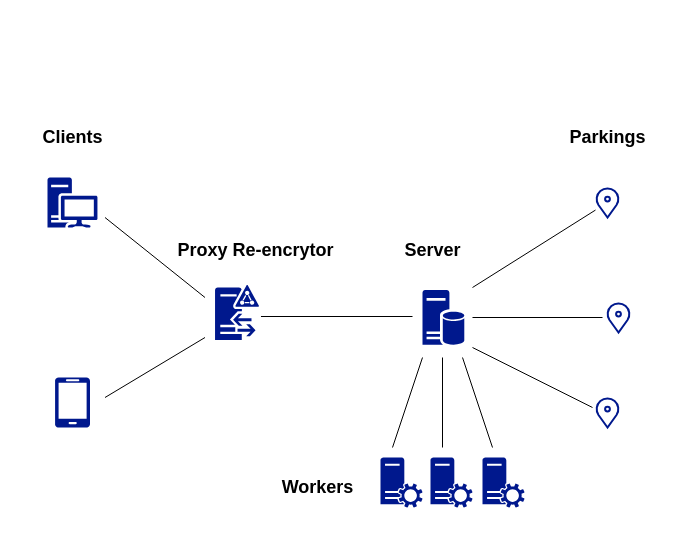
Earlier version of the draw.io diagram tesi/schemes/architecture-scheme.drawio (Diebbo/tesi-latex). Source tidied: cells renumbered, new cells numbered last; positions are measured from the earlier drawing's top-left corner, leaving out a move shared by most shapes. Both pictures are drawn from the tidied source at 100%, with x=0, y=0 at pixel (32, 107).
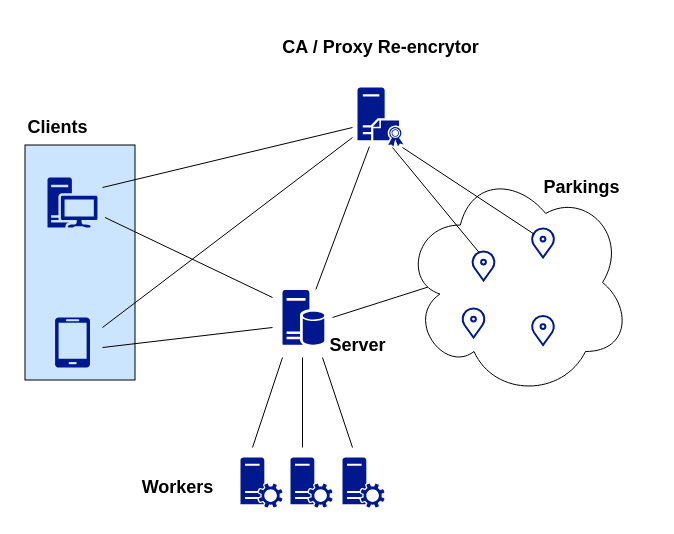
After the change.

Commit message:
fix architecture scheme

The edit, as a diff of the source:
```diff
@@
+    <mxCell id="26" style="rounded=0;whiteSpace=wrap;html=1;rotation=90;fillColor=#CCE5FF;" parent="1" vertex="1">
+      <mxGeometry x="-70" y="100" width="235" height="110" as="geometry" />
+    </mxCell>
+    <mxCell id="27" style="ellipse;shape=cloud;whiteSpace=wrap;html=1;" parent="1" vertex="1">
+      <mxGeometry x="371" y="60" width="227.5" height="230" as="geometry" />
+    </mxCell>
+    <mxCell id="28" style="rounded=0;orthogonalLoop=1;jettySize=auto;html=1;endArrow=none;startFill=0;" parent="1" edge="1">
+      <mxGeometry relative="1" as="geometry">
+        <mxPoint x="70" y="80" as="sourcePoint" />
+        <mxPoint x="320" y="20" as="targetPoint" />
+      </mxGeometry>
+    </mxCell>
@@
     <mxCell id="3" style="sketch=0;shadow=0;dashed=0;html=1;strokeColor=none;labelPosition=center;verticalLabelPosition=bottom;verticalAlign=top;align=center;fillColor=#00188D;shape=mxgraph.mscae.enterprise.database_server;" parent="1" vertex="1">
-      <mxGeometry x="390" y="182.5" width="41.8" height="55" as="geometry" />
+      <mxGeometry x="250" y="182.5" width="41.8" height="55" as="geometry" />
     </mxCell>
     <mxCell id="4" style="sketch=0;shadow=0;dashed=0;html=1;strokeColor=none;labelPosition=center;verticalLabelPosition=bottom;verticalAlign=top;align=center;fillColor=#00188D;shape=mxgraph.azure.mobile;" parent="1" vertex="1">
-      <mxGeometry x="22.5" y="270" width="35" height="50" as="geometry" />
+      <mxGeometry x="22.5" y="210" width="35" height="50" as="geometry" />
     </mxCell>
     <mxCell id="5" style="html=1;verticalLabelPosition=bottom;align=center;labelBackgroundColor=#ffffff;verticalAlign=top;strokeWidth=2;strokeColor=#00188D;shadow=0;dashed=0;shape=mxgraph.ios7.icons.location;" parent="1" vertex="1">
-      <mxGeometry x="563" y="80" width="24" height="30" as="geometry" />
+      <mxGeometry x="498.5" y="120" width="24" height="30" as="geometry" />
     </mxCell>
     <mxCell id="6" style="html=1;verticalLabelPosition=bottom;align=center;labelBackgroundColor=#ffffff;verticalAlign=top;strokeWidth=2;strokeColor=#00188D;shadow=0;dashed=0;shape=mxgraph.ios7.icons.location;" parent="1" vertex="1">
-      <mxGeometry x="574" y="195" width="24" height="30" as="geometry" />
+      <mxGeometry x="429" y="200" width="24" height="30" as="geometry" />
     </mxCell>
-    <mxCell id="7" style="html=1;verticalLabelPosition=bottom;align=center;labelBackgroundColor=#ffffff;verticalAlign=top;strokeWidth=2;strokeColor=#00188D;shadow=0;dashed=0;shape=mxgraph.ios7.icons.location;" parent="1" vertex="1">
-      <mxGeometry x="563" y="290" width="24" height="30" as="geometry" />
-    </mxCell>
-    <mxCell id="8" style="sketch=0;shadow=0;dashed=0;html=1;strokeColor=none;labelPosition=center;verticalLabelPosition=bottom;verticalAlign=top;align=center;fillColor=#00188D;shape=mxgraph.mscae.enterprise.d;" parent="1" vertex="1">
-      <mxGeometry x="182.5" y="177.5" width="44" height="55" as="geometry" />
-    </mxCell>
     <mxCell id="9" style="rounded=0;orthogonalLoop=1;jettySize=auto;html=1;jumpStyle=none;endArrow=none;startFill=0;" parent="1" edge="1">
       <mxGeometry relative="1" as="geometry">
-        <mxPoint x="172.5" y="190" as="sourcePoint" />
+        <mxPoint x="240" y="190" as="sourcePoint" />
         <mxPoint x="72.5" y="110" as="targetPoint" />
       </mxGeometry>
     </mxCell>
     <mxCell id="10" style="rounded=0;orthogonalLoop=1;jettySize=auto;html=1;jumpStyle=none;endArrow=none;startFill=0;" parent="1" edge="1">
       <mxGeometry relative="1" as="geometry">
-        <mxPoint x="172.5" y="230" as="sourcePoint" />
-        <mxPoint x="72.5" y="290" as="targetPoint" />
+        <mxPoint x="240" y="220" as="sourcePoint" />
+        <mxPoint x="70" y="240" as="targetPoint" />
       </mxGeometry>
     </mxCell>
-    <mxCell id="11" style="rounded=0;jettySize=auto;html=1;entryX=1.045;entryY=0.573;entryDx=0;entryDy=0;entryPerimeter=0;jumpStyle=none;endArrow=none;startFill=0;" parent="1" edge="1" target="8">
-      <mxGeometry relative="1" as="geometry">
-        <mxPoint x="380" y="209" as="sourcePoint" />
-      </mxGeometry>
-    </mxCell>
-    <mxCell id="12" style="rounded=0;jettySize=auto;html=1;jumpStyle=none;endArrow=none;startFill=0;" parent="1" edge="1" source="5">
-      <mxGeometry relative="1" as="geometry">
-        <mxPoint x="440" y="180" as="targetPoint" />
-      </mxGeometry>
-    </mxCell>
-    <mxCell id="13" style="rounded=0;orthogonalLoop=1;jettySize=auto;html=1;jumpStyle=none;endArrow=none;startFill=0;" parent="1" edge="1">
+    <mxCell id="13" style="rounded=0;jettySize=auto;html=1;jumpStyle=none;endArrow=none;startFill=0;exitX=0.107;exitY=0.52;exitDx=0;exitDy=0;exitPerimeter=0;" parent="1" edge="1" source="27">
       <mxGeometry relative="1" as="geometry">
-        <mxPoint x="570" y="210" as="sourcePoint" />
-        <mxPoint x="440" y="210" as="targetPoint" />
+        <mxPoint x="300" y="210" as="targetPoint" />
       </mxGeometry>
     </mxCell>
-    <mxCell id="14" style="rounded=0;orthogonalLoop=1;jettySize=auto;html=1;jumpStyle=none;endArrow=none;startFill=0;" parent="1" edge="1">
-      <mxGeometry relative="1" as="geometry">
-        <mxPoint x="560" y="300" as="sourcePoint" />
-        <mxPoint x="440" y="240" as="targetPoint" />
-      </mxGeometry>
-    </mxCell>
     <mxCell id="15" value="&lt;h2&gt;Parkings&lt;/h2&gt;" style="text;html=1;align=center;verticalAlign=middle;strokeColor=none;fillColor=none;" parent="1" vertex="1">
-      <mxGeometry x="525" width="100" height="60" as="geometry" />
+      <mxGeometry x="498.5" y="50" width="100" height="60" as="geometry" />
     </mxCell>
     <mxCell id="16" value="&lt;h2&gt;Server&lt;/h2&gt;" style="text;html=1;align=center;verticalAlign=middle;strokeColor=none;fillColor=none;" parent="1" vertex="1">
-      <mxGeometry x="360" y="113" width="80" height="60" as="geometry" />
+      <mxGeometry x="285" y="207.5" width="80" height="60" as="geometry" />
     </mxCell>
-    <mxCell id="17" value="&lt;h2&gt;Proxy Re-encrytor&lt;/h2&gt;" style="text;html=1;align=center;verticalAlign=middle;strokeColor=none;fillColor=none;" parent="1" vertex="1">
-      <mxGeometry x="132.5" y="113" width="180" height="60" as="geometry" />
+    <mxCell id="17" value="&lt;h2&gt;CA / Proxy Re-encrytor&lt;/h2&gt;" style="text;html=1;align=center;verticalAlign=middle;strokeColor=none;fillColor=none;" parent="1" vertex="1">
+      <mxGeometry x="238" y="-90" width="220" height="60" as="geometry" />
     </mxCell>
     <mxCell id="18" value="&lt;h2&gt;Clients&lt;/h2&gt;" style="text;html=1;align=center;verticalAlign=middle;strokeColor=none;fillColor=none;" parent="1" vertex="1">
-      <mxGeometry width="80" height="60" as="geometry" />
+      <mxGeometry x="-15" y="-10" width="80" height="60" as="geometry" />
     </mxCell>
     <mxCell id="19" style="sketch=0;shadow=0;dashed=0;html=1;strokeColor=none;labelPosition=center;verticalLabelPosition=bottom;verticalAlign=top;align=center;fillColor=#00188D;shape=mxgraph.mscae.system_center.roles;" parent="1" vertex="1">
-      <mxGeometry x="450" y="350" width="42" height="50" as="geometry" />
+      <mxGeometry x="310" y="350" width="42" height="50" as="geometry" />
     </mxCell>
     <mxCell id="20" style="sketch=0;shadow=0;dashed=0;html=1;strokeColor=none;labelPosition=center;verticalLabelPosition=bottom;verticalAlign=top;align=center;fillColor=#00188D;shape=mxgraph.mscae.system_center.roles;" parent="1" vertex="1">
-      <mxGeometry x="398" y="350" width="42" height="50" as="geometry" />
+      <mxGeometry x="258" y="350" width="42" height="50" as="geometry" />
     </mxCell>
     <mxCell id="21" style="sketch=0;shadow=0;dashed=0;html=1;strokeColor=none;labelPosition=center;verticalLabelPosition=bottom;verticalAlign=top;align=center;fillColor=#00188D;shape=mxgraph.mscae.system_center.roles;" parent="1" vertex="1">
-      <mxGeometry x="348" y="350" width="42" height="50" as="geometry" />
+      <mxGeometry x="208" y="350" width="42" height="50" as="geometry" />
     </mxCell>
     <mxCell id="22" style="rounded=0;orthogonalLoop=1;jettySize=auto;html=1;jumpStyle=none;endArrow=none;startFill=0;" parent="1" edge="1">
       <mxGeometry relative="1" as="geometry">
-        <mxPoint x="390" y="250" as="sourcePoint" />
-        <mxPoint x="360" y="340" as="targetPoint" />
+        <mxPoint x="250" y="250" as="sourcePoint" />
+        <mxPoint x="220" y="340" as="targetPoint" />
       </mxGeometry>
     </mxCell>
     <mxCell id="23" style="rounded=0;orthogonalLoop=1;jettySize=auto;html=1;jumpStyle=none;endArrow=none;startFill=0;" parent="1" edge="1">
       <mxGeometry relative="1" as="geometry">
-        <mxPoint x="410" y="250" as="sourcePoint" />
-        <mxPoint x="410" y="340" as="targetPoint" />
+        <mxPoint x="270" y="250" as="sourcePoint" />
+        <mxPoint x="270" y="340" as="targetPoint" />
       </mxGeometry>
     </mxCell>
     <mxCell id="24" style="rounded=0;orthogonalLoop=1;jettySize=auto;html=1;jumpStyle=none;endArrow=none;startFill=0;" parent="1" edge="1">
       <mxGeometry relative="1" as="geometry">
-        <mxPoint x="430" y="250" as="sourcePoint" />
-        <mxPoint x="460" y="340" as="targetPoint" />
+        <mxPoint x="290" y="250" as="sourcePoint" />
+        <mxPoint x="320" y="340" as="targetPoint" />
       </mxGeometry>
     </mxCell>
     <mxCell id="25" value="&lt;h2&gt;Workers&lt;/h2&gt;" style="text;html=1;align=center;verticalAlign=middle;strokeColor=none;fillColor=none;" parent="1" vertex="1">
-      <mxGeometry x="240" y="350" width="90" height="60" as="geometry" />
+      <mxGeometry x="100" y="350" width="90" height="60" as="geometry" />
     </mxCell>
+    <mxCell id="29" style="sketch=0;shadow=0;dashed=0;html=1;strokeColor=none;fillColor=#00188D;labelPosition=center;verticalLabelPosition=bottom;verticalAlign=top;outlineConnect=0;align=center;shape=mxgraph.office.servers.certificate_authority;" parent="1" vertex="1">
+      <mxGeometry x="325" y="-20" width="46" height="59" as="geometry" />
+    </mxCell>
+    <mxCell id="30" style="html=1;verticalLabelPosition=bottom;align=center;labelBackgroundColor=#ffffff;verticalAlign=top;strokeWidth=2;strokeColor=#00188D;shadow=0;dashed=0;shape=mxgraph.ios7.icons.location;" parent="1" vertex="1">
+      <mxGeometry x="439" y="143" width="24" height="30" as="geometry" />
+    </mxCell>
+    <mxCell id="31" style="html=1;verticalLabelPosition=bottom;align=center;labelBackgroundColor=#ffffff;verticalAlign=top;strokeWidth=2;strokeColor=#00188D;shadow=0;dashed=0;shape=mxgraph.ios7.icons.location;" parent="1" vertex="1">
+      <mxGeometry x="498.5" y="207.5" width="24" height="30" as="geometry" />
+    </mxCell>
+    <mxCell id="32" style="rounded=0;jettySize=auto;html=1;entryX=0.799;entryY=-0.011;entryDx=0;entryDy=0;entryPerimeter=0;endArrow=none;startFill=0;" parent="1" edge="1" source="29" target="3">
+      <mxGeometry relative="1" as="geometry" />
+    </mxCell>
+    <mxCell id="33" style="rounded=0;jettySize=auto;html=1;endArrow=none;startFill=0;entryX=0.133;entryY=0.222;entryDx=0;entryDy=0;entryPerimeter=0;" parent="1" edge="1" target="5">
+      <mxGeometry relative="1" as="geometry">
+        <mxPoint x="370" y="40" as="sourcePoint" />
+      </mxGeometry>
+    </mxCell>
+    <mxCell id="34" style="rounded=0;orthogonalLoop=1;jettySize=auto;html=1;endArrow=none;startFill=0;" parent="1" edge="1">
+      <mxGeometry relative="1" as="geometry">
+        <mxPoint x="320" y="30" as="sourcePoint" />
+        <mxPoint x="70" y="220" as="targetPoint" />
+      </mxGeometry>
+    </mxCell>
+    <mxCell id="35" style="rounded=0;jettySize=auto;html=1;entryX=0.341;entryY=0.09;entryDx=0;entryDy=0;entryPerimeter=0;endArrow=none;startFill=0;" parent="1" edge="1" target="30">
+      <mxGeometry relative="1" as="geometry">
+        <mxPoint x="360" y="40" as="sourcePoint" />
+      </mxGeometry>
+    </mxCell>
```
